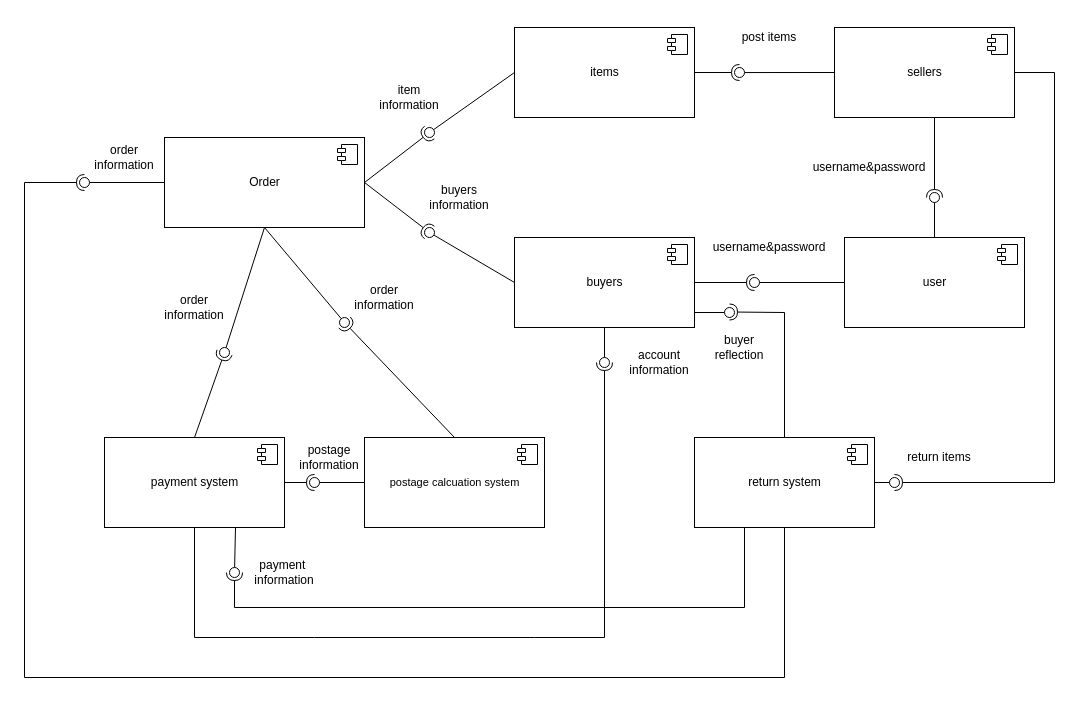
This is component.drawio from impulseoy/learnGit, a draw.io file, before an edit. Source tidied: cells renumbered, new cells numbered last; positions are measured from the earlier drawing's top-left corner, leaving out a move shared by most shapes. Both pictures are drawn from the tidied source at 100%, with x=0, y=0 at pixel (24, 17).
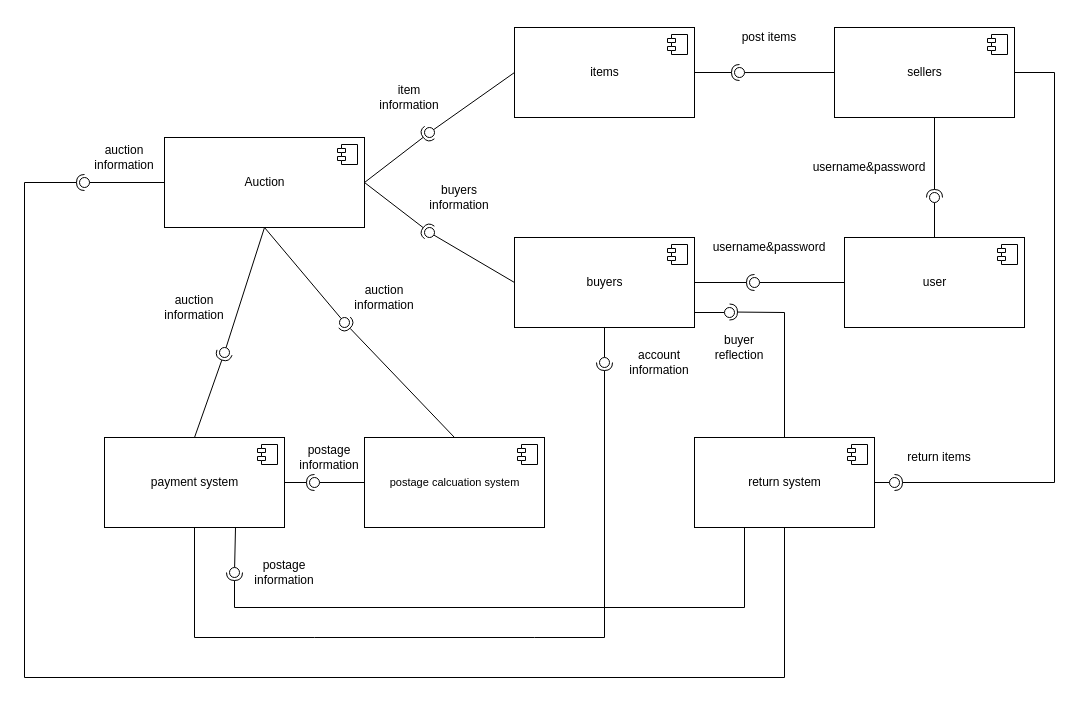
Above is the later version.

Diff of the diagram source:
```diff
@@
-    <mxCell id="2" value="Order" style="html=1;" parent="1" vertex="1">
+    <mxCell id="2" value="Auction" style="html=1;" parent="1" vertex="1">
       <mxGeometry x="140" y="120" width="200" height="90" as="geometry" />
     </mxCell>
@@
-    <mxCell id="39" value="order information" style="text;html=1;strokeColor=none;fillColor=none;align=center;verticalAlign=middle;whiteSpace=wrap;rounded=0;" parent="1" vertex="1">
+    <mxCell id="39" value="auction&lt;br&gt;information" style="text;html=1;strokeColor=none;fillColor=none;align=center;verticalAlign=middle;whiteSpace=wrap;rounded=0;" parent="1" vertex="1">
       <mxGeometry x="325" y="260" width="70" height="40" as="geometry" />
     </mxCell>
@@
-    <mxCell id="46" value="order information" style="text;html=1;strokeColor=none;fillColor=none;align=center;verticalAlign=middle;whiteSpace=wrap;rounded=0;" parent="1" vertex="1">
+    <mxCell id="46" value="auction information" style="text;html=1;strokeColor=none;fillColor=none;align=center;verticalAlign=middle;whiteSpace=wrap;rounded=0;" parent="1" vertex="1">
       <mxGeometry x="135" y="270" width="70" height="40" as="geometry" />
     </mxCell>
@@
-    <mxCell id="57" value="order information" style="text;html=1;strokeColor=none;fillColor=none;align=center;verticalAlign=middle;whiteSpace=wrap;rounded=0;" parent="1" vertex="1">
+    <mxCell id="57" value="auction information" style="text;html=1;strokeColor=none;fillColor=none;align=center;verticalAlign=middle;whiteSpace=wrap;rounded=0;" parent="1" vertex="1">
       <mxGeometry x="65" y="120" width="70" height="40" as="geometry" />
     </mxCell>
@@
-    <mxCell id="69" value="payment&amp;nbsp; information" style="text;html=1;strokeColor=none;fillColor=none;align=center;verticalAlign=middle;whiteSpace=wrap;rounded=0;" parent="1" vertex="1">
+    <mxCell id="69" value="postage information" style="text;html=1;strokeColor=none;fillColor=none;align=center;verticalAlign=middle;whiteSpace=wrap;rounded=0;" parent="1" vertex="1">
       <mxGeometry x="225" y="535" width="70" height="40" as="geometry" />
     </mxCell>
```
